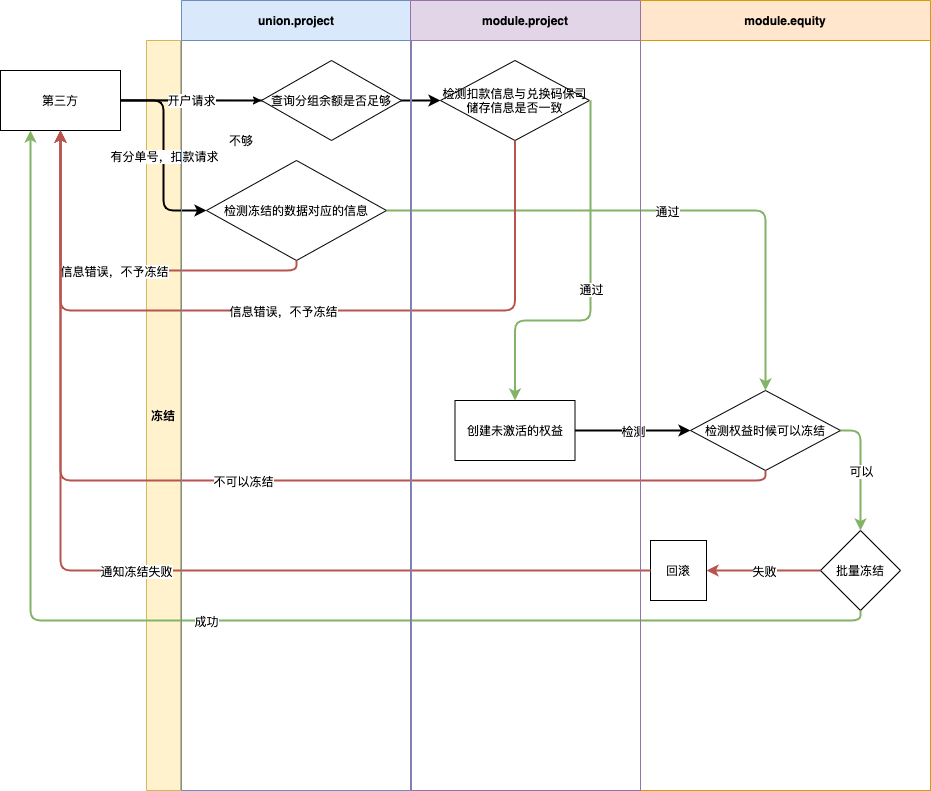
Before: 权益冻结.png, a diagram exported from draw.io (zuoqiang320/uniondrug). Source tidied: cells renumbered, new cells last; positions are measured from the earlier drawing's top-left corner, leaving out a move shared by most shapes.
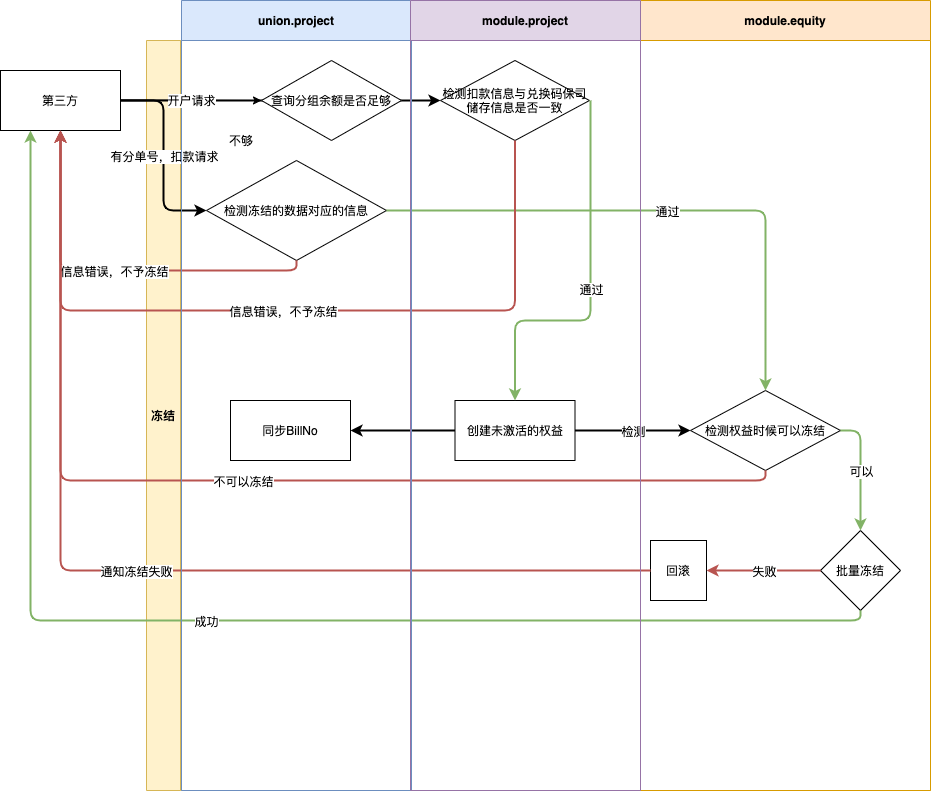
The same file after the commit.

Commit message:
更新权益冻结.png

The edit, as a diff of the source:
```diff
@@ -5,6 +5,9 @@
     <mxCell id="2" value="检测扣款信息与兑换码保司储存信息是否一致" style="rhombus;whiteSpace=wrap;html=1;startSize=34;strokeWidth=1;" parent="1" vertex="1">
       <mxGeometry x="440" y="60" width="149" height="80" as="geometry" />
     </mxCell>
+    <mxCell id="40" style="edgeStyle=orthogonalEdgeStyle;rounded=0;jettySize=auto;html=1;exitX=0;exitY=0.5;exitDx=0;exitDy=0;strokeWidth=2;" parent="1" edge="1" source="3" target="41">
+      <mxGeometry relative="1" as="geometry" />
+    </mxCell>
     <mxCell id="3" value="创建未激活的权益" style="rounded=0;whiteSpace=wrap;html=1;startSize=34;strokeWidth=1;" parent="1" vertex="1">
       <mxGeometry x="454.5" y="400" width="120" height="60" as="geometry" />
     </mxCell>
@@ -136,6 +139,9 @@
     <mxCell id="38" value="查询分组余额是否足够" style="rhombus;whiteSpace=wrap;html=1;" parent="34" vertex="1">
       <mxGeometry x="80" y="60" width="140" height="80" as="geometry" />
     </mxCell>
+    <mxCell id="41" value="同步BillNo" style="rounded=0;whiteSpace=wrap;html=1;" parent="34" vertex="1">
+      <mxGeometry x="49" y="400" width="120" height="60" as="geometry" />
+    </mxCell>
     <mxCell id="39" value="module.project" style="swimlane;startSize=40;fillColor=#e1d5e7;strokeColor=#9673a6;strokeWidth=1;" parent="1" vertex="1">
       <mxGeometry x="410" width="230" height="790" as="geometry" />
     </mxCell>
```
